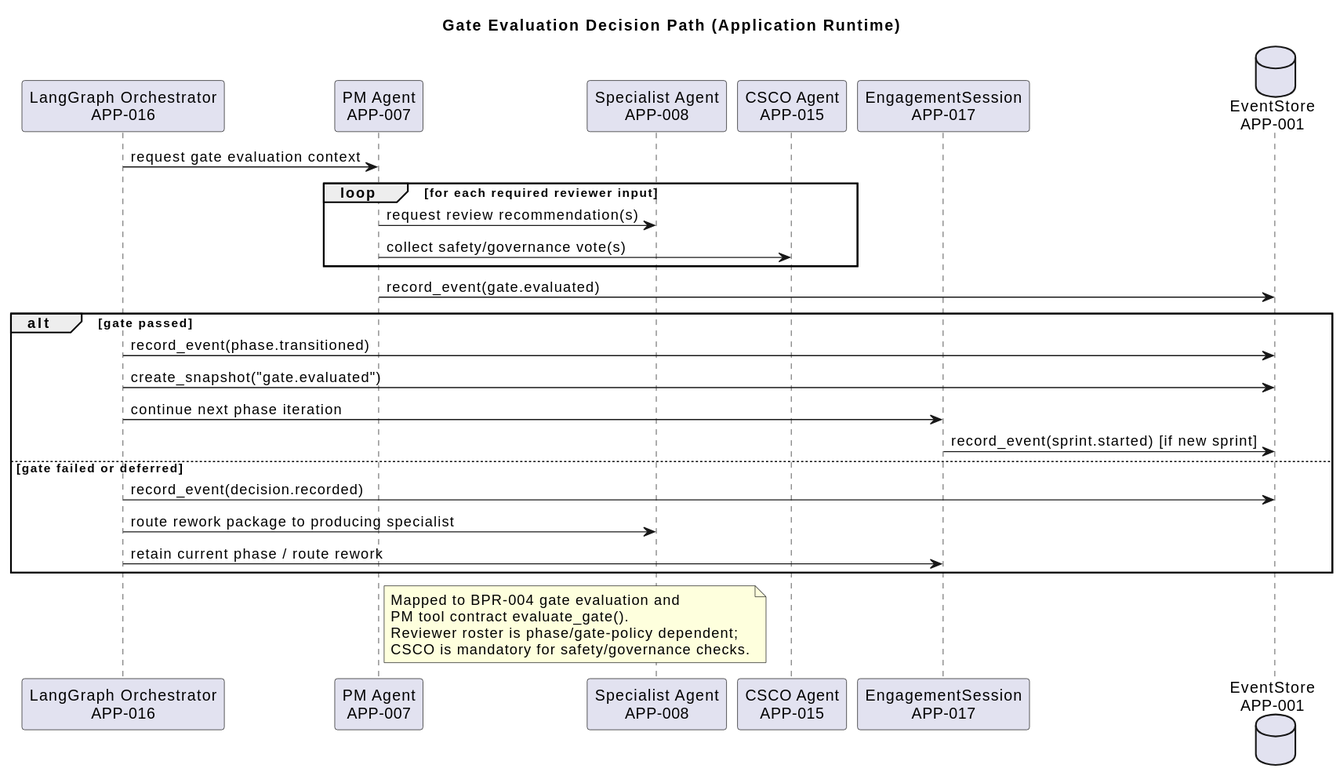
mbauer83/sdlc-multi-agent-system keeps this PlantUML diagram as engagements/ENG-001/work-repositories/architecture-repository/diagram-catalog/rendered/runtime-sequence-gate-evaluation-decision-path-v1.svg. Above is the earlier version.
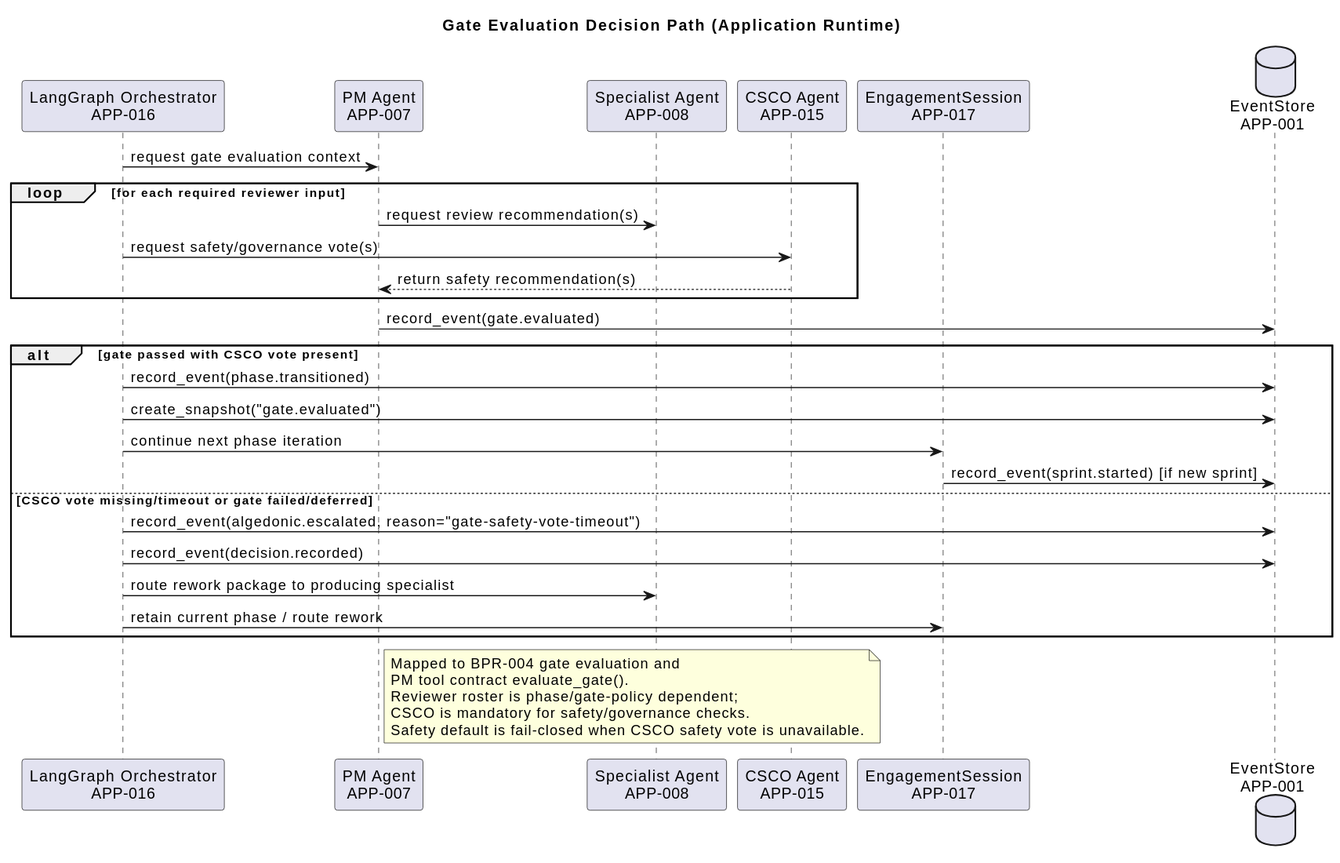
After the change.

Diff of the diagram source:
```diff
@@ -11,16 +11,18 @@
 APP_016 -> APP_007: request gate evaluation context
 loop for each required reviewer input
   APP_007 -> APP_008: request review recommendation(s)
-  APP_007 -> APP_015: collect safety/governance vote(s)
+  APP_016 -> APP_015: request safety/governance vote(s)
+  APP_015 --> APP_007: return safety recommendation(s)
 end
 APP_007 -> APP_001: record_event(gate.evaluated)
 
-alt gate passed
+alt gate passed with CSCO vote present
   APP_016 -> APP_001: record_event(phase.transitioned)
   APP_016 -> APP_001: create_snapshot("gate.evaluated")
   APP_016 -> APP_017: continue next phase iteration
   APP_017 -> APP_001: record_event(sprint.started) [if new sprint]
-else gate failed or deferred
+else CSCO vote missing/timeout or gate failed/deferred
+  APP_016 -> APP_001: record_event(algedonic.escalated, reason="gate-safety-vote-timeout")
   APP_016 -> APP_001: record_event(decision.recorded)
   APP_016 -> APP_008: route rework package to producing specialist
   APP_016 -> APP_017: retain current phase / route rework
@@ -31,5 +33,6 @@
 PM tool contract evaluate_gate().
 Reviewer roster is phase/gate-policy dependent;
 CSCO is mandatory for safety/governance checks.
+Safety default is fail-closed when CSCO safety vote is unavailable.
 end note
 @enduml
```
